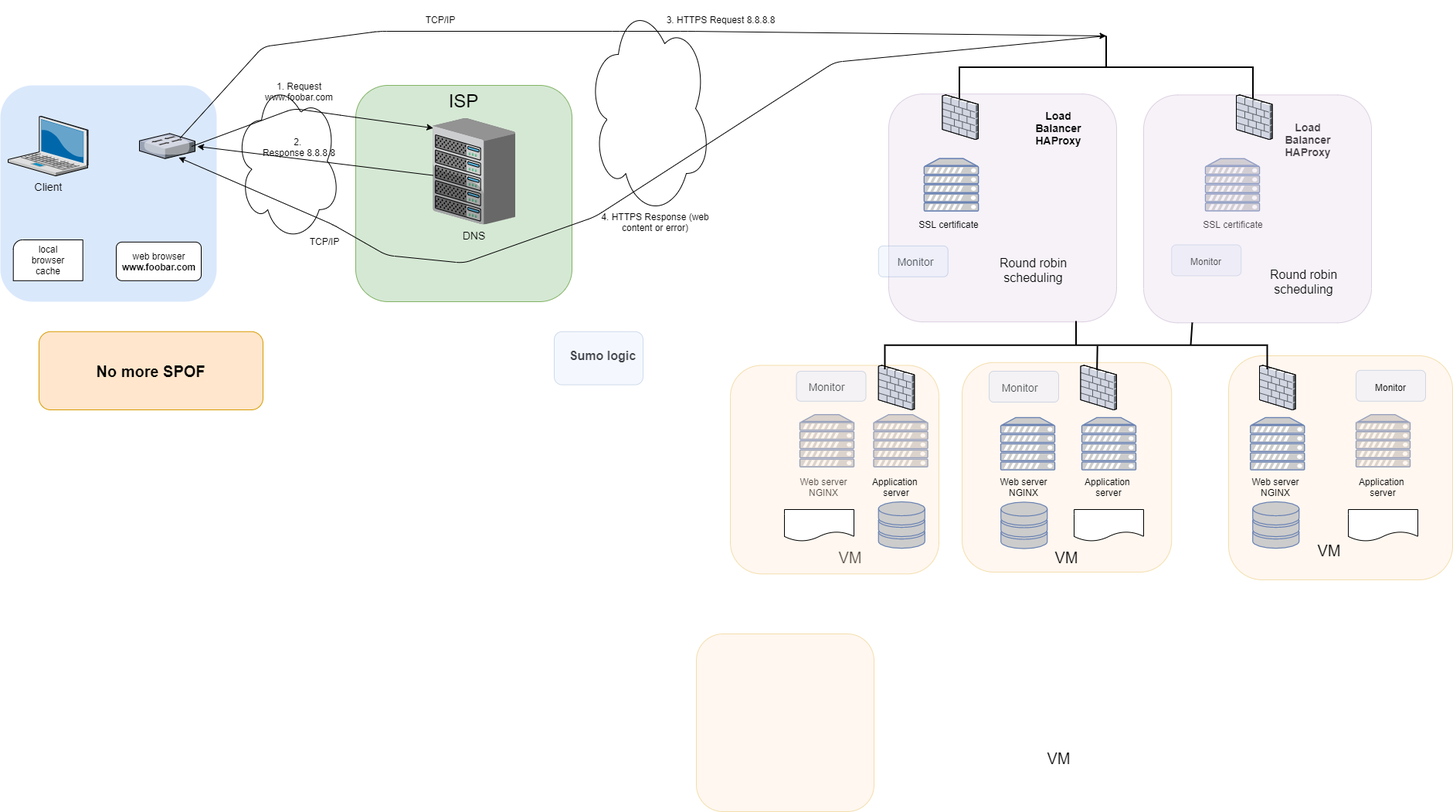
Earlier version of the draw.io export 0x09-web_infrastructure_design/images/3-scale_up.png (huy75/holberton-system_engineering-devops). Source tidied: cells renumbered, new cells last; positions are measured from the earlier drawing's top-left corner, leaving out a move shared by most shapes.
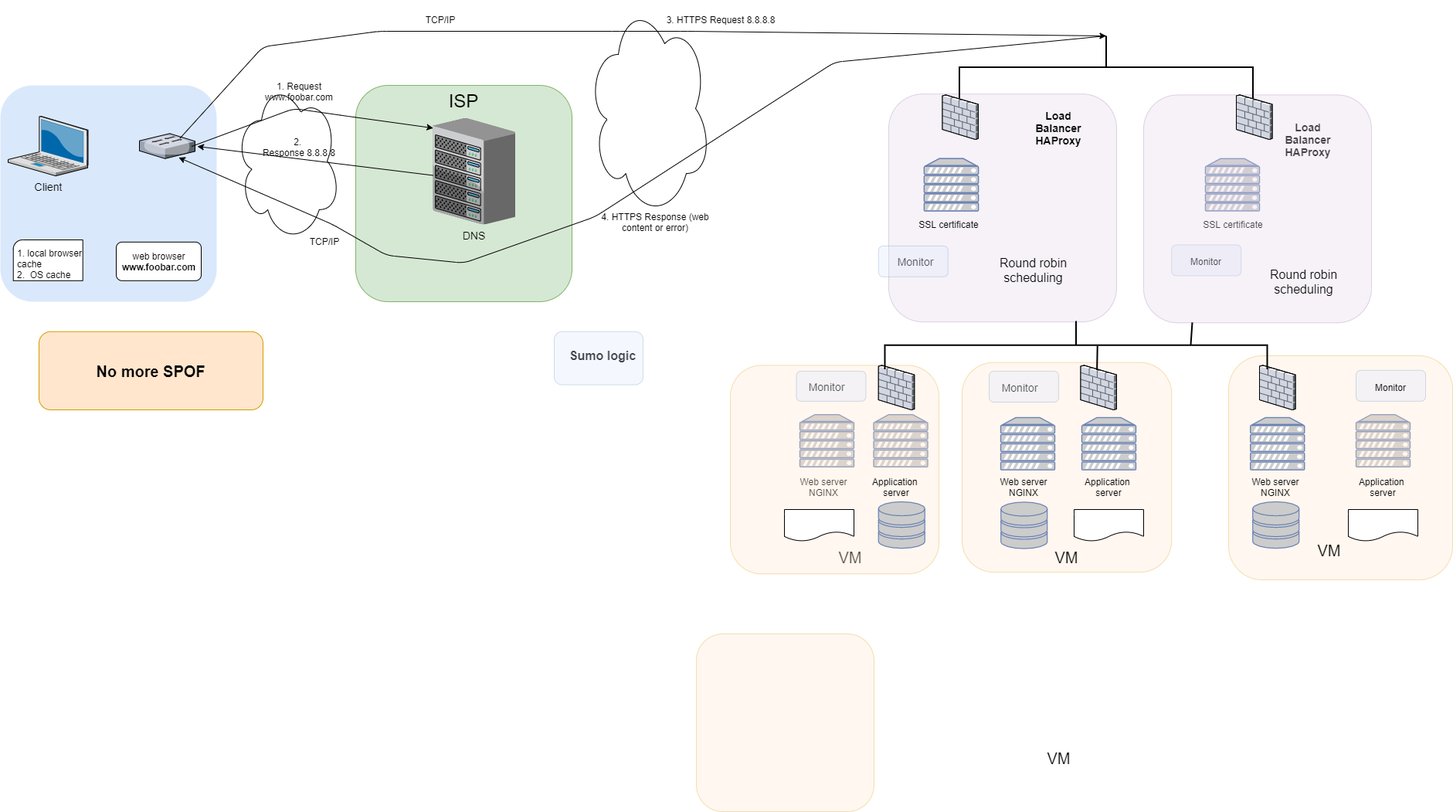
Above is the later version.

The edit, as a diff of the source:
```diff
@@ -11,9 +11,6 @@
     <mxCell id="4" style="verticalLabelPosition=bottom;verticalAlign=top;html=1;shape=mxgraph.basic.corner_round_rect;dx=6;" parent="1" vertex="1">
       <mxGeometry x="16.7" y="414" width="90" height="52.8" as="geometry" />
     </mxCell>
-    <mxCell id="5" value="local browser cache" style="text;html=1;strokeColor=none;fillColor=none;align=center;verticalAlign=middle;whiteSpace=wrap;rounded=0;" parent="1" vertex="1">
-      <mxGeometry x="26.7" y="415.4" width="70" height="50" as="geometry" />
-    </mxCell>
     <mxCell id="6" value="web browser&lt;br&gt;&lt;b&gt;www.foobar.com&lt;/b&gt;" style="html=1;rounded=1;" parent="1" vertex="1">
       <mxGeometry x="150" y="416.8" width="110" height="50" as="geometry" />
     </mxCell>
@@ -264,5 +261,8 @@
     <mxCell id="81" style="endArrow=none;html=1;entryX=0.493;entryY=0.2;entryDx=0;entryDy=0;entryPerimeter=0;exitX=0.032;exitY=0.196;exitDx=0;exitDy=0;exitPerimeter=0;strokeWidth=2;" parent="1" edge="1" source="78" target="78">
       <mxGeometry relative="1" as="geometry" />
     </mxCell>
+    <mxCell id="82" value="1. local browser cache&lt;br&gt;2.&amp;nbsp; OS cache" style="text;html=1;strokeColor=none;fillColor=none;align=left;verticalAlign=middle;whiteSpace=wrap;rounded=0;" parent="1" vertex="1">
+      <mxGeometry x="20" y="420.4" width="103.3" height="50" as="geometry" />
+    </mxCell>
   </root>
 </mxGraphModel>
```
